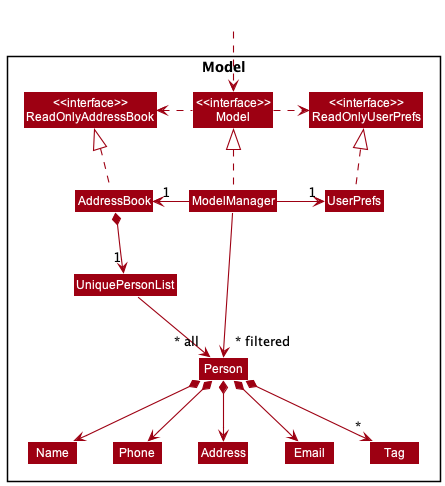
Earlier version of the PlantUML export docs/images/ModelClassDiagram.png (nus-cs2103-AY2223S1/tp).
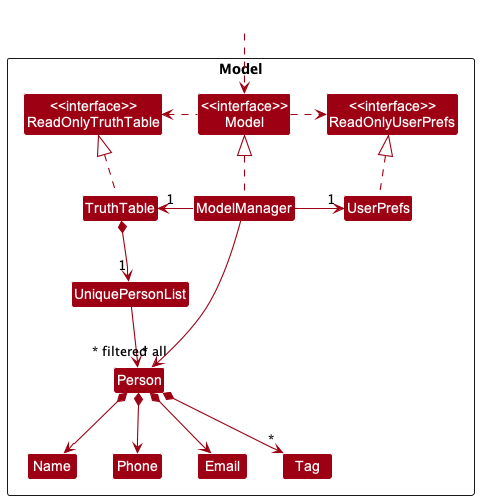
Later version of the same file.

Commit message:
Update model class diagram

What changed in the source:
```diff
@@ -5,16 +5,15 @@
 skinparam classBackgroundColor MODEL_COLOR
 
 Package Model <<Rectangle>>{
-Class "<<interface>>\nReadOnlyAddressBook" as ReadOnlyAddressBook
+Class "<<interface>>\nReadOnlyTruthTable" as ReadOnlyTruthTable
 Class "<<interface>>\nReadOnlyUserPrefs" as ReadOnlyUserPrefs
 Class "<<interface>>\nModel" as Model
-Class AddressBook
+Class TruthTable
 Class ModelManager
 Class UserPrefs
 
 Class UniquePersonList
 Class Person
-Class Address
 Class Email
 Class Name
 Class Phone
@@ -25,26 +24,23 @@
 Class HiddenOutside #FFFFFF
 HiddenOutside ..> Model
 
-AddressBook .up.|> ReadOnlyAddressBook
+TruthTable .up.|> ReadOnlyTruthTable
 
 ModelManager .up.|> Model
 Model .right.> ReadOnlyUserPrefs
-Model .left.> ReadOnlyAddressBook
-ModelManager -left-> "1" AddressBook
+Model .left.> ReadOnlyTruthTable
+ModelManager -left-> "1" TruthTable
 ModelManager -right-> "1" UserPrefs
 UserPrefs .up.|> ReadOnlyUserPrefs
 
-AddressBook *--> "1" UniquePersonList
+TruthTable *--> "1" UniquePersonList
 UniquePersonList --> "~* all" Person
 Person *--> Name
 Person *--> Phone
 Person *--> Email
-Person *--> Address
 Person *--> "*" Tag
 
 Name -[hidden]right-> Phone
-Phone -[hidden]right-> Address
-Address -[hidden]right-> Email
 
 ModelManager -->"~* filtered" Person
 @enduml
```
